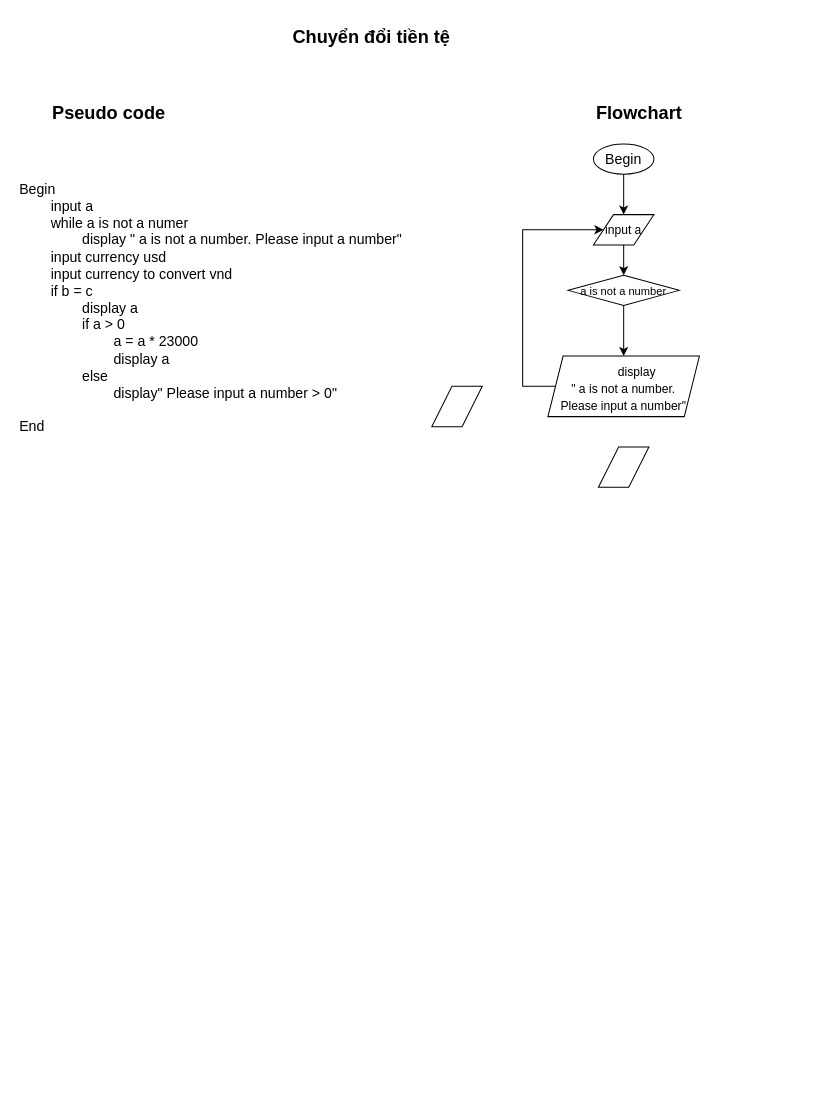
Trongtangoc/CGDN-C0824M1-Ta-Ngoc-Trong keeps this draw.io diagram as page "chuyển đổi tiền tệ" (4 of 7) of ss3_Hello_world/module1_ss3.drawio. Above is the earlier version. Source tidied: cells renumbered, new cells numbered last; positions are measured from the earlier drawing's top-left corner, leaving out a move shared by most shapes. Both pictures are drawn from the tidied source at 101%, with x=0, y=0 at pixel (17, 17).
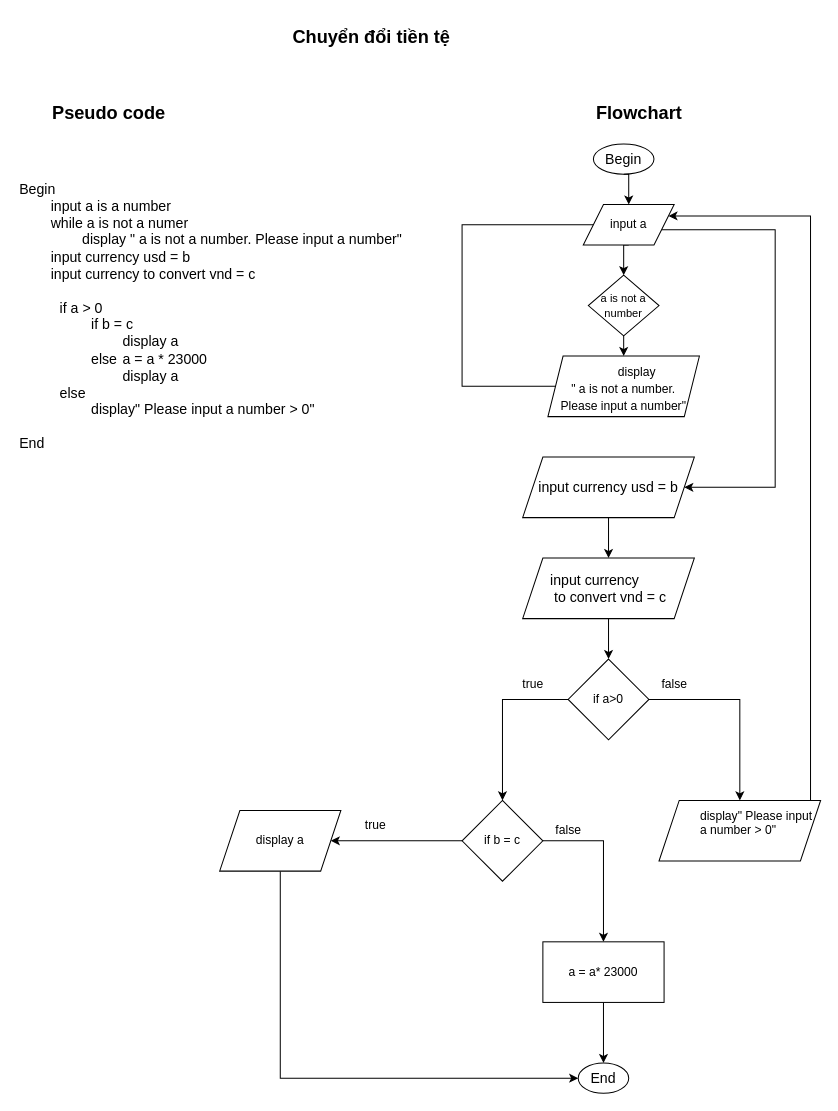
The same page after the edit.

Commit message:
Cập nhật module1_ss3.drawio

Unchanged cells that the change refers to:
```xml
<mxCell id="11" value="&lt;span style=&quot;text-wrap: nowrap; font-size: 12px;&quot;&gt;&lt;span style=&quot;white-space: pre;&quot;&gt;&#9;&lt;/span&gt;display &lt;br&gt;&quot; a is not a number. &lt;br&gt;Please input a number&quot;&lt;/span&gt;" style="shape=parallelogram;perimeter=parallelogramPerimeter;whiteSpace=wrap;html=1;fixedSize=1;align=center;verticalAlign=top;fontFamily=Helvetica;fontSize=14;fontColor=default;fillColor=none;gradientColor=none;size=15;" parent="1" vertex="1">
  <mxGeometry x="525" y="335" width="150" height="60" as="geometry" />
</mxCell>
```

The edit, as a diff of the source:
```diff
@@
-    <mxCell id="5" value="Begin&lt;div&gt;&lt;span style=&quot;white-space: pre;&quot;&gt;&#9;&lt;/span&gt;input a&amp;nbsp;&lt;span style=&quot;white-space: pre;&quot;&gt;&#9;&lt;/span&gt;&lt;br&gt;&lt;/div&gt;&lt;div&gt;&lt;span style=&quot;white-space: pre;&quot;&gt;&#9;&lt;/span&gt;while a is not a numer&lt;br&gt;&lt;/div&gt;&lt;div&gt;&lt;span style=&quot;white-space: pre;&quot;&gt;&#9;&lt;/span&gt;&lt;span style=&quot;white-space: pre;&quot;&gt;&#9;&lt;/span&gt;display &quot; a is not a number. Please input a number&quot;&lt;br&gt;&lt;/div&gt;&lt;div&gt;&lt;span style=&quot;white-space: pre;&quot;&gt;&#9;&lt;/span&gt;&lt;span style=&quot;background-color: initial;&quot;&gt;input currency usd&lt;/span&gt;&lt;/div&gt;&lt;div&gt;&lt;span style=&quot;white-space: pre;&quot;&gt;&#9;&lt;/span&gt;input currency to convert vnd&lt;/div&gt;&lt;div&gt;&lt;span style=&quot;white-space: pre;&quot;&gt;&#9;&lt;/span&gt;if b = c&amp;nbsp;&lt;/div&gt;&lt;div&gt;&lt;span style=&quot;white-space: pre;&quot;&gt;&#9;&lt;/span&gt;&lt;span style=&quot;white-space: pre;&quot;&gt;&#9;&lt;/span&gt;display a&lt;br&gt;&lt;/div&gt;&lt;div&gt;&lt;span style=&quot;white-space: pre;&quot;&gt;&#9;&lt;/span&gt;&lt;span style=&quot;white-space: pre;&quot;&gt;&#9;&lt;/span&gt;if a &amp;gt; 0&lt;br&gt;&lt;span style=&quot;white-space: pre;&quot;&gt;&#9;&lt;/span&gt;&lt;span style=&quot;white-space: pre;&quot;&gt;&#9;&lt;/span&gt;&lt;span style=&quot;white-space: pre;&quot;&gt;&#9;&lt;/span&gt;a = a * 23000&lt;br&gt;&lt;/div&gt;&lt;div&gt;&lt;span style=&quot;white-space: pre;&quot;&gt;&#9;&lt;/span&gt;&lt;span style=&quot;white-space: pre;&quot;&gt;&#9;&lt;/span&gt;&lt;span style=&quot;white-space: pre;&quot;&gt;&#9;&lt;/span&gt;display a&lt;br&gt;&lt;span style=&quot;white-space: pre;&quot;&gt;&#9;&lt;/span&gt;&lt;span style=&quot;white-space: pre;&quot;&gt;&#9;&lt;/span&gt;else&lt;/div&gt;&lt;div&gt;&lt;span style=&quot;white-space: pre;&quot;&gt;&#9;&lt;/span&gt;&lt;span style=&quot;white-space: pre;&quot;&gt;&#9;&lt;/span&gt;&lt;span style=&quot;white-space: pre;&quot;&gt;&#9;&lt;/span&gt;display&quot; Please input a number &amp;gt; 0&quot;&lt;/div&gt;&lt;div&gt;&lt;br&gt;&lt;/div&gt;&lt;div&gt;End&lt;span style=&quot;background-color: initial; white-space-collapse: preserve;&quot;&gt;&#9;&lt;/span&gt;&lt;/div&gt;&lt;div&gt;&lt;br&gt;&lt;/div&gt;" style="text;html=1;align=left;verticalAlign=top;strokeColor=none;fillColor=none;fontSize=14;" parent="1" vertex="1">
-      <mxGeometry y="155" width="400" height="280" as="geometry" />
+    <mxCell id="5" value="Begin&lt;div&gt;&lt;span style=&quot;white-space: pre;&quot;&gt;&#9;&lt;/span&gt;input a is a number &lt;span style=&quot;white-space: pre;&quot;&gt;&#9;&lt;/span&gt;&lt;br&gt;&lt;/div&gt;&lt;div&gt;&lt;span style=&quot;white-space: pre;&quot;&gt;&#9;&lt;/span&gt;while a is not a numer&lt;br&gt;&lt;/div&gt;&lt;div&gt;&lt;span style=&quot;white-space: pre;&quot;&gt;&#9;&lt;/span&gt;&lt;span style=&quot;white-space: pre;&quot;&gt;&#9;&lt;/span&gt;display &quot; a is not a number. Please input a number&quot;&lt;br&gt;&lt;/div&gt;&lt;div&gt;&lt;span style=&quot;white-space: pre;&quot;&gt;&#9;&lt;/span&gt;&lt;span style=&quot;background-color: initial;&quot;&gt;input currency usd = b&lt;/span&gt;&lt;/div&gt;&lt;div&gt;&lt;span style=&quot;white-space: pre;&quot;&gt;&#9;&lt;/span&gt;input currency to convert vnd = c&lt;/div&gt;&lt;div&gt;&lt;span style=&quot;white-space: pre;&quot;&gt;&#9;&lt;/span&gt;&lt;/div&gt;&lt;blockquote style=&quot;margin: 0 0 0 40px; border: none; padding: 0px;&quot;&gt;&lt;div&gt;if a &amp;gt; 0&lt;/div&gt;&lt;div&gt;&lt;span style=&quot;white-space: pre;&quot;&gt;&#9;&lt;/span&gt;&lt;span style=&quot;background-color: initial;&quot;&gt;if b = c&amp;nbsp;&lt;/span&gt;&lt;br&gt;&lt;/div&gt;&lt;div&gt;&lt;span style=&quot;white-space-collapse: preserve;&quot;&gt;&#9;&lt;/span&gt;&lt;span style=&quot;white-space-collapse: preserve;&quot;&gt;&#9;&lt;/span&gt;display a&lt;/div&gt;&lt;div&gt;&lt;span style=&quot;white-space: pre;&quot;&gt;&#9;else&lt;span style=&quot;white-space: pre;&quot;&gt;&#9;&lt;/span&gt;&lt;/span&gt;a = a * 23000&lt;/div&gt;&lt;div&gt;&lt;span style=&quot;white-space: pre;&quot;&gt;&#9;&lt;span style=&quot;white-space: pre;&quot;&gt;&#9;&lt;/span&gt;&lt;/span&gt;display a&lt;/div&gt;&lt;div&gt;else&lt;/div&gt;&lt;div&gt;&lt;span style=&quot;white-space: pre;&quot;&gt;&#9;&lt;/span&gt;display&quot; Please input a number &amp;gt; 0&quot;&lt;/div&gt;&lt;/blockquote&gt;&lt;div&gt;&lt;br&gt;&lt;/div&gt;&lt;div&gt;End&lt;span style=&quot;background-color: initial; white-space-collapse: preserve;&quot;&gt;&#9;&lt;/span&gt;&lt;/div&gt;&lt;div&gt;&lt;br&gt;&lt;/div&gt;" style="text;html=1;align=left;verticalAlign=top;strokeColor=none;fillColor=none;fontSize=14;" parent="1" vertex="1">
+      <mxGeometry y="155" width="400" height="300" as="geometry" />
     </mxCell>
@@
-    <mxCell id="9" value="&lt;font style=&quot;font-size: 12px;&quot;&gt;input a&lt;/font&gt;" style="shape=parallelogram;perimeter=parallelogramPerimeter;whiteSpace=wrap;html=1;fixedSize=1;align=center;verticalAlign=top;fontFamily=Helvetica;fontSize=14;fontColor=default;fillColor=none;gradientColor=none;spacingTop=0;" parent="1" vertex="1">
-      <mxGeometry x="570" y="195" width="60" height="30" as="geometry" />
-    </mxCell>
+    <mxCell id="16" style="edgeStyle=orthogonalEdgeStyle;rounded=0;jettySize=auto;html=1;exitX=1;exitY=0.75;exitDx=0;exitDy=0;entryX=1;entryY=0.5;entryDx=0;entryDy=0;" parent="1" edge="1" source="9" target="18">
+      <mxGeometry relative="1" as="geometry">
+        <Array as="points">
+          <mxPoint x="627" y="210" />
+          <mxPoint x="750" y="210" />
+          <mxPoint x="750" y="465" />
+        </Array>
+      </mxGeometry>
+    </mxCell>
-    <mxCell id="10" style="edgeStyle=orthogonalEdgeStyle;rounded=0;jettySize=auto;html=1;exitX=0;exitY=0.5;exitDx=0;exitDy=0;entryX=0;entryY=0.5;entryDx=0;entryDy=0;fontFamily=Helvetica;fontSize=14;fontColor=default;" parent="1" edge="1" source="11" target="9">
+    <mxCell id="10" style="edgeStyle=orthogonalEdgeStyle;rounded=0;jettySize=auto;html=1;exitX=0;exitY=0.5;exitDx=0;exitDy=0;entryX=0;entryY=0.25;entryDx=0;entryDy=0;" parent="1" edge="1" source="11" target="9">
       <mxGeometry relative="1" as="geometry">
         <Array as="points">
-          <mxPoint x="500" y="365" />
-          <mxPoint x="500" y="210" />
+          <mxPoint x="440" y="365" />
+          <mxPoint x="440" y="205" />
         </Array>
       </mxGeometry>
     </mxCell>
@@
+    <mxCell id="17" style="edgeStyle=orthogonalEdgeStyle;rounded=0;jettySize=auto;html=1;exitX=0.5;exitY=1;exitDx=0;exitDy=0;entryX=0.5;entryY=0;entryDx=0;entryDy=0;" parent="1" edge="1" source="18" target="20">
+      <mxGeometry relative="1" as="geometry" />
+    </mxCell>
+    <mxCell id="18" value="&lt;div style=&quot;font-size: 14px; text-align: left; text-wrap: nowrap;&quot;&gt;&lt;span style=&quot;background-color: initial;&quot;&gt;input currency usd = b&lt;/span&gt;&lt;/div&gt;" style="shape=parallelogram;perimeter=parallelogramPerimeter;whiteSpace=wrap;html=1;fixedSize=1;" parent="1" vertex="1">
+      <mxGeometry x="500" y="435" width="170" height="60" as="geometry" />
+    </mxCell>
+    <mxCell id="19" style="edgeStyle=orthogonalEdgeStyle;rounded=0;jettySize=auto;html=1;exitX=0.5;exitY=1;exitDx=0;exitDy=0;entryX=0.5;entryY=0;entryDx=0;entryDy=0;" parent="1" edge="1" source="20" target="30">
+      <mxGeometry relative="1" as="geometry" />
+    </mxCell>
+    <mxCell id="20" value="&lt;div style=&quot;font-size: 14px; text-align: left; text-wrap: nowrap;&quot;&gt;&lt;div&gt;input currency&lt;br&gt;&amp;nbsp;to convert vnd = c&lt;/div&gt;&lt;/div&gt;" style="shape=parallelogram;perimeter=parallelogramPerimeter;whiteSpace=wrap;html=1;fixedSize=1;" parent="1" vertex="1">
+      <mxGeometry x="500" y="535" width="170" height="60" as="geometry" />
+    </mxCell>
+    <mxCell id="21" style="edgeStyle=orthogonalEdgeStyle;rounded=0;jettySize=auto;html=1;exitX=0;exitY=0.5;exitDx=0;exitDy=0;entryX=1;entryY=0.5;entryDx=0;entryDy=0;" parent="1" edge="1" source="23" target="25">
+      <mxGeometry relative="1" as="geometry" />
+    </mxCell>
+    <mxCell id="22" style="edgeStyle=orthogonalEdgeStyle;rounded=0;jettySize=auto;html=1;exitX=1;exitY=0.5;exitDx=0;exitDy=0;entryX=0.5;entryY=0;entryDx=0;entryDy=0;" parent="1" edge="1" source="23" target="35">
+      <mxGeometry relative="1" as="geometry" />
+    </mxCell>
+    <mxCell id="23" value="if b = c" style="rhombus;whiteSpace=wrap;html=1;" parent="1" vertex="1">
+      <mxGeometry x="440" y="775" width="80" height="80" as="geometry" />
+    </mxCell>
+    <mxCell id="24" style="edgeStyle=orthogonalEdgeStyle;rounded=0;jettySize=auto;html=1;exitX=0.5;exitY=1;exitDx=0;exitDy=0;entryX=0;entryY=0.5;entryDx=0;entryDy=0;" parent="1" edge="1" source="25" target="37">
+      <mxGeometry relative="1" as="geometry" />
+    </mxCell>
+    <mxCell id="25" value="display a" style="shape=parallelogram;perimeter=parallelogramPerimeter;whiteSpace=wrap;html=1;fixedSize=1;" parent="1" vertex="1">
+      <mxGeometry x="200" y="785" width="120" height="60" as="geometry" />
+    </mxCell>
+    <mxCell id="9" value="input a" style="shape=parallelogram;perimeter=parallelogramPerimeter;whiteSpace=wrap;html=1;fixedSize=1;" parent="1" vertex="1">
+      <mxGeometry x="560" y="185" width="90" height="40" as="geometry" />
+    </mxCell>
-    <mxCell id="13" value="&lt;font style=&quot;font-size: 11px;&quot;&gt;a is not a number&lt;/font&gt;" style="rhombus;whiteSpace=wrap;html=1;align=center;verticalAlign=top;fontFamily=Helvetica;fontSize=14;fontColor=default;fillColor=none;gradientColor=none;" parent="1" vertex="1">
-      <mxGeometry x="545" y="255" width="110" height="30" as="geometry" />
+    <mxCell id="13" value="&lt;span style=&quot;font-size: 11px;&quot;&gt;a is not a number&lt;/span&gt;" style="rhombus;whiteSpace=wrap;html=1;" parent="1" vertex="1">
+      <mxGeometry x="565" y="255" width="70" height="60" as="geometry" />
     </mxCell>
-    <mxCell id="14" style="shape=parallelogram;perimeter=parallelogramPerimeter;whiteSpace=wrap;html=1;fixedSize=1;align=left;verticalAlign=top;fontFamily=Helvetica;fontSize=14;fontColor=default;fillColor=none;gradientColor=none;" parent="1" vertex="1">
-      <mxGeometry x="575" y="425" width="50" height="40" as="geometry" />
-    </mxCell>
-    <mxCell id="15" style="shape=parallelogram;perimeter=parallelogramPerimeter;whiteSpace=wrap;html=1;fixedSize=1;align=left;verticalAlign=top;fillColor=none;gradientColor=none;" parent="1" vertex="1">
-      <mxGeometry x="410" y="365" width="50" height="40" as="geometry" />
-    </mxCell>
+    <mxCell id="26" value="true" style="text;html=1;align=center;verticalAlign=middle;strokeColor=none;fillColor=none;" parent="1" vertex="1">
+      <mxGeometry x="490" y="645" width="40" height="30" as="geometry" />
+    </mxCell>
+    <mxCell id="27" value="false" style="text;html=1;align=center;verticalAlign=middle;strokeColor=none;fillColor=none;" parent="1" vertex="1">
+      <mxGeometry x="625" y="645" width="50" height="30" as="geometry" />
+    </mxCell>
+    <mxCell id="28" style="edgeStyle=orthogonalEdgeStyle;rounded=0;jettySize=auto;html=1;exitX=1;exitY=0.5;exitDx=0;exitDy=0;entryX=0.5;entryY=0;entryDx=0;entryDy=0;" parent="1" edge="1" source="30" target="33">
+      <mxGeometry relative="1" as="geometry" />
+    </mxCell>
+    <mxCell id="29" style="edgeStyle=orthogonalEdgeStyle;rounded=0;jettySize=auto;html=1;exitX=0;exitY=0.5;exitDx=0;exitDy=0;entryX=0.5;entryY=0;entryDx=0;entryDy=0;" parent="1" edge="1" source="30" target="23">
+      <mxGeometry relative="1" as="geometry" />
+    </mxCell>
+    <mxCell id="30" value="if a&amp;gt;0" style="rhombus;whiteSpace=wrap;html=1;" parent="1" vertex="1">
+      <mxGeometry x="545" y="635" width="80" height="80" as="geometry" />
+    </mxCell>
+    <mxCell id="31" value="true" style="text;html=1;align=center;verticalAlign=middle;strokeColor=none;fillColor=none;" parent="1" vertex="1">
+      <mxGeometry x="334" y="785" width="40" height="30" as="geometry" />
+    </mxCell>
+    <mxCell id="32" style="edgeStyle=orthogonalEdgeStyle;rounded=0;jettySize=auto;html=1;exitX=1;exitY=0.5;exitDx=0;exitDy=0;entryX=1;entryY=0.25;entryDx=0;entryDy=0;" parent="1" edge="1" source="33" target="9">
+      <mxGeometry relative="1" as="geometry">
+        <Array as="points">
+          <mxPoint x="785" y="196" />
+        </Array>
+      </mxGeometry>
+    </mxCell>
+    <mxCell id="33" value="&lt;blockquote style=&quot;text-align: left; margin: 0px 0px 0px 40px; border: none; padding: 0px;&quot;&gt;display&quot; Please input a number &amp;gt; 0&quot;&lt;/blockquote&gt;&lt;div&gt;&lt;br style=&quot;font-size: 14px; text-align: left; text-wrap: nowrap;&quot;&gt;&lt;/div&gt;" style="shape=parallelogram;perimeter=parallelogramPerimeter;whiteSpace=wrap;html=1;fixedSize=1;" parent="1" vertex="1">
+      <mxGeometry x="635" y="775" width="160" height="60" as="geometry" />
+    </mxCell>
+    <mxCell id="34" style="edgeStyle=orthogonalEdgeStyle;rounded=0;jettySize=auto;html=1;exitX=0.5;exitY=1;exitDx=0;exitDy=0;entryX=0.5;entryY=0;entryDx=0;entryDy=0;" parent="1" edge="1" source="35" target="37">
+      <mxGeometry relative="1" as="geometry" />
+    </mxCell>
+    <mxCell id="35" value="a = a* 23000" style="whiteSpace=wrap;html=1;" parent="1" vertex="1">
+      <mxGeometry x="520" y="915" width="120" height="60" as="geometry" />
+    </mxCell>
+    <mxCell id="36" value="false" style="text;html=1;align=center;verticalAlign=middle;strokeColor=none;fillColor=none;" parent="1" vertex="1">
+      <mxGeometry x="520" y="790" width="50" height="30" as="geometry" />
+    </mxCell>
+    <mxCell id="37" value="End" style="ellipse;whiteSpace=wrap;html=1;align=center;verticalAlign=top;fontFamily=Helvetica;fontSize=14;fontColor=default;fillColor=none;gradientColor=none;" parent="1" vertex="1">
+      <mxGeometry x="555" y="1035" width="50" height="30" as="geometry" />
+    </mxCell>
```
